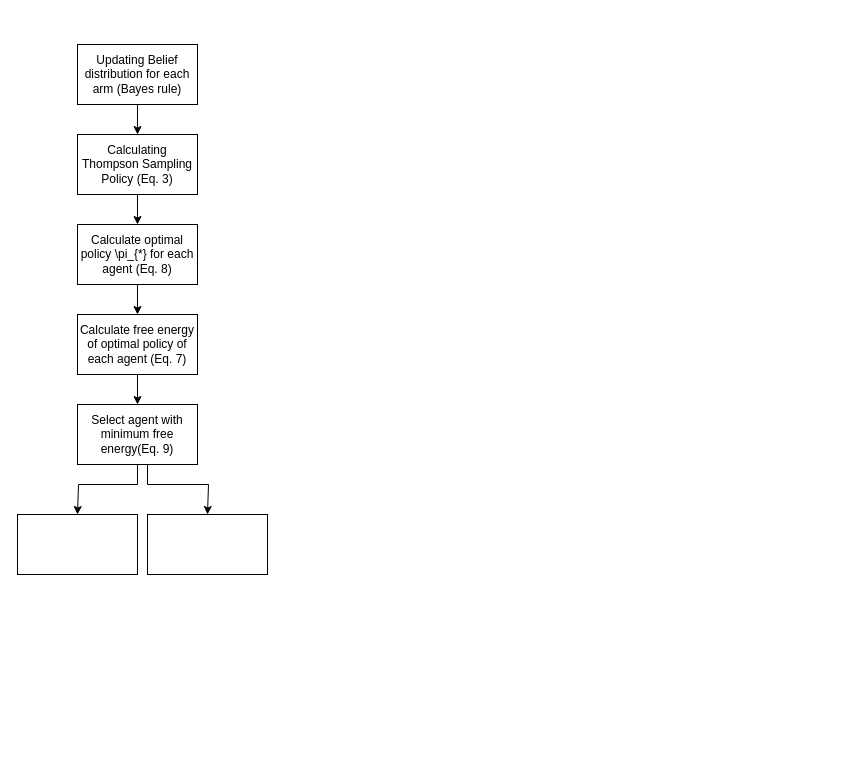
Above: Untitled Diagram.drawio in erfunmirzaei/Social_Bandit (draw.io), before the change. Source tidied: cells renumbered, new cells numbered last; positions are measured from the earlier drawing's top-left corner, leaving out a move shared by most shapes. Both pictures are drawn from the tidied source at 100%, with x=0, y=0 at pixel (17, 44).
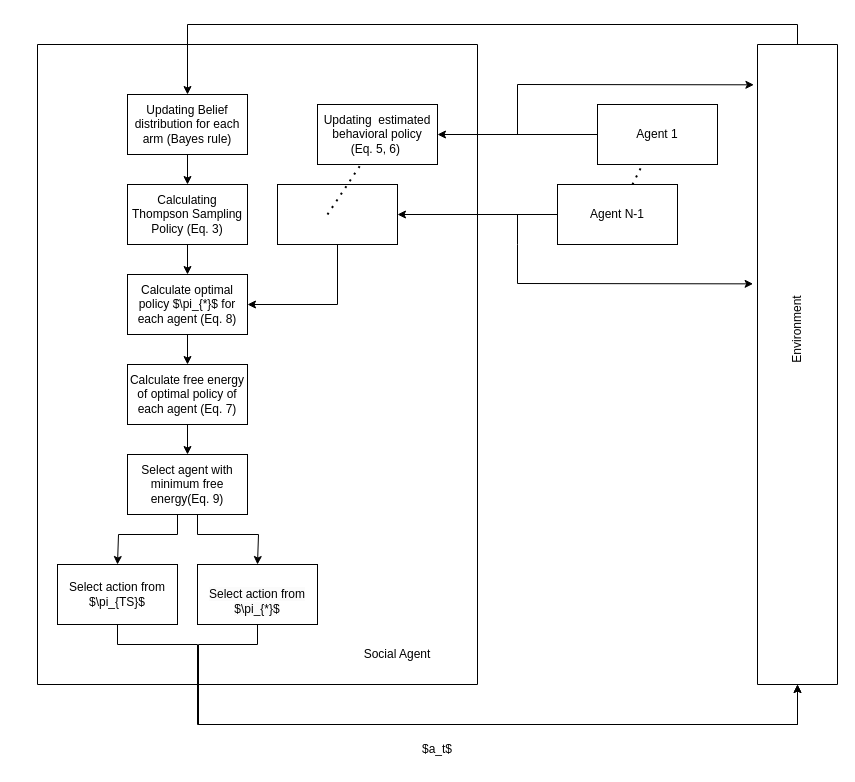
Above is the later version.

Change to the diagram source:
```diff
@@
+    <mxCell id="15" style="swimlane;startSize=0;" parent="1" vertex="1">
+      <mxGeometry x="20" width="440" height="640" as="geometry" />
+    </mxCell>
+    <mxCell id="3" value="Updating Belief distribution for each arm (Bayes rule)" style="rounded=0;whiteSpace=wrap;html=1;" parent="15" vertex="1">
+      <mxGeometry x="90" y="50" width="120" height="60" as="geometry" />
+    </mxCell>
+    <mxCell id="5" value="Calculating Thompson Sampling Policy (Eq. 3)" style="rounded=0;whiteSpace=wrap;html=1;" parent="15" vertex="1">
+      <mxGeometry x="90" y="140" width="120" height="60" as="geometry" />
+    </mxCell>
-    <mxCell id="2" style="edgeStyle=orthogonalEdgeStyle;rounded=0;jettySize=auto;html=1;exitX=0.5;exitY=1;exitDx=0;exitDy=0;entryX=0.5;entryY=0;entryDx=0;entryDy=0;" parent="1" edge="1" source="3" target="5">
+    <mxCell id="2" style="edgeStyle=orthogonalEdgeStyle;rounded=0;jettySize=auto;html=1;exitX=0.5;exitY=1;exitDx=0;exitDy=0;entryX=0.5;entryY=0;entryDx=0;entryDy=0;" parent="15" edge="1" source="3" target="5">
       <mxGeometry relative="1" as="geometry" />
     </mxCell>
-    <mxCell id="3" value="Updating Belief distribution for each arm (Bayes rule)" style="rounded=0;whiteSpace=wrap;html=1;" parent="1" vertex="1">
-      <mxGeometry x="60" width="120" height="60" as="geometry" />
-    </mxCell>
+    <mxCell id="7" value="Calculate optimal policy $\pi_{*}$ for each agent (Eq. 8)" style="rounded=0;whiteSpace=wrap;html=1;" parent="15" vertex="1">
+      <mxGeometry x="90" y="230" width="120" height="60" as="geometry" />
+    </mxCell>
-    <mxCell id="4" style="edgeStyle=orthogonalEdgeStyle;rounded=0;jettySize=auto;html=1;entryX=0.5;entryY=0;entryDx=0;entryDy=0;" parent="1" edge="1" source="5" target="7">
+    <mxCell id="4" style="edgeStyle=orthogonalEdgeStyle;rounded=0;jettySize=auto;html=1;entryX=0.5;entryY=0;entryDx=0;entryDy=0;" parent="15" edge="1" source="5" target="7">
       <mxGeometry relative="1" as="geometry" />
     </mxCell>
-    <mxCell id="5" value="Calculating Thompson Sampling Policy (Eq. 3)" style="rounded=0;whiteSpace=wrap;html=1;" parent="1" vertex="1">
-      <mxGeometry x="60" y="90" width="120" height="60" as="geometry" />
-    </mxCell>
+    <mxCell id="9" value="Calculate free energy of optimal policy of each agent (Eq. 7)" style="rounded=0;whiteSpace=wrap;html=1;" parent="15" vertex="1">
+      <mxGeometry x="90" y="320" width="120" height="60" as="geometry" />
+    </mxCell>
-    <mxCell id="6" style="edgeStyle=orthogonalEdgeStyle;rounded=0;jettySize=auto;html=1;exitX=0.5;exitY=1;exitDx=0;exitDy=0;entryX=0.5;entryY=0;entryDx=0;entryDy=0;" parent="1" edge="1" source="7" target="9">
+    <mxCell id="6" style="edgeStyle=orthogonalEdgeStyle;rounded=0;jettySize=auto;html=1;exitX=0.5;exitY=1;exitDx=0;exitDy=0;entryX=0.5;entryY=0;entryDx=0;entryDy=0;" parent="15" edge="1" source="7" target="9">
       <mxGeometry relative="1" as="geometry" />
     </mxCell>
-    <mxCell id="7" value="Calculate optimal policy \pi_{*} for each agent (Eq. 8)" style="rounded=0;whiteSpace=wrap;html=1;" parent="1" vertex="1">
-      <mxGeometry x="60" y="180" width="120" height="60" as="geometry" />
-    </mxCell>
-    <mxCell id="8" style="edgeStyle=orthogonalEdgeStyle;rounded=0;jettySize=auto;html=1;exitX=0.5;exitY=1;exitDx=0;exitDy=0;entryX=0.5;entryY=0;entryDx=0;entryDy=0;" parent="1" edge="1" source="9" target="12">
-      <mxGeometry relative="1" as="geometry" />
-    </mxCell>
-    <mxCell id="9" value="Calculate free energy of optimal policy of each agent (Eq. 7)" style="rounded=0;whiteSpace=wrap;html=1;" parent="1" vertex="1">
-      <mxGeometry x="60" y="270" width="120" height="60" as="geometry" />
-    </mxCell>
-    <mxCell id="10" style="edgeStyle=orthogonalEdgeStyle;rounded=0;jettySize=auto;html=1;" parent="1" edge="1" source="12">
+    <mxCell id="10" style="edgeStyle=orthogonalEdgeStyle;rounded=0;orthogonalLoop=1;jettySize=auto;html=1;" parent="15" edge="1">
       <mxGeometry relative="1" as="geometry">
-        <mxPoint x="60" y="470" as="targetPoint" />
+        <mxPoint x="140" y="470" as="sourcePoint" />
+        <mxPoint x="80" y="520" as="targetPoint" />
         <Array as="points">
-          <mxPoint x="120" y="440" />
-          <mxPoint x="61" y="440" />
+          <mxPoint x="140" y="490" />
+          <mxPoint x="81" y="490" />
         </Array>
       </mxGeometry>
     </mxCell>
-    <mxCell id="11" style="edgeStyle=orthogonalEdgeStyle;rounded=0;orthogonalLoop=1;jettySize=auto;html=1;exitX=0.5;exitY=1;exitDx=0;exitDy=0;" parent="1" edge="1">
+    <mxCell id="11" style="edgeStyle=orthogonalEdgeStyle;rounded=0;orthogonalLoop=1;jettySize=auto;html=1;exitX=0.5;exitY=1;exitDx=0;exitDy=0;" parent="15" edge="1">
       <mxGeometry relative="1" as="geometry">
-        <mxPoint x="130" y="420" as="sourcePoint" />
-        <mxPoint x="190" y="470" as="targetPoint" />
+        <mxPoint x="160" y="470" as="sourcePoint" />
+        <mxPoint x="220" y="520" as="targetPoint" />
         <Array as="points">
-          <mxPoint x="130" y="440" />
-          <mxPoint x="191" y="440" />
+          <mxPoint x="160" y="490" />
+          <mxPoint x="221" y="490" />
         </Array>
       </mxGeometry>
     </mxCell>
-    <mxCell id="12" value="Select agent with minimum free energy(Eq. 9)" style="rounded=0;whiteSpace=wrap;html=1;" parent="1" vertex="1">
-      <mxGeometry x="60" y="360" width="120" height="60" as="geometry" />
+    <mxCell id="12" value="Select agent with minimum free energy(Eq. 9)" style="rounded=0;whiteSpace=wrap;html=1;" parent="15" vertex="1">
+      <mxGeometry x="90" y="410" width="120" height="60" as="geometry" />
     </mxCell>
+    <mxCell id="8" style="edgeStyle=orthogonalEdgeStyle;rounded=0;jettySize=auto;html=1;exitX=0.5;exitY=1;exitDx=0;exitDy=0;entryX=0.5;entryY=0;entryDx=0;entryDy=0;" parent="15" edge="1" source="9" target="12">
+      <mxGeometry relative="1" as="geometry" />
+    </mxCell>
-    <mxCell id="13" style="rounded=0;whiteSpace=wrap;html=1;" parent="1" vertex="1">
-      <mxGeometry y="470" width="120" height="60" as="geometry" />
+    <mxCell id="13" value="Select action from $\pi_{TS}$" style="rounded=0;whiteSpace=wrap;html=1;" parent="15" vertex="1">
+      <mxGeometry x="20" y="520" width="120" height="60" as="geometry" />
     </mxCell>
-    <mxCell id="14" style="rounded=0;whiteSpace=wrap;html=1;" parent="1" vertex="1">
-      <mxGeometry x="130" y="470" width="120" height="60" as="geometry" />
+    <mxCell id="14" value="&lt;br&gt;&lt;span style=&quot;color: rgb(0, 0, 0); font-family: Helvetica; font-size: 12px; font-style: normal; font-variant-ligatures: normal; font-variant-caps: normal; font-weight: 400; letter-spacing: normal; orphans: 2; text-align: center; text-indent: 0px; text-transform: none; widows: 2; word-spacing: 0px; -webkit-text-stroke-width: 0px; background-color: rgb(251, 251, 251); text-decoration-thickness: initial; text-decoration-style: initial; text-decoration-color: initial; float: none; display: inline !important;&quot;&gt;Select action from $\pi_{*}$&lt;/span&gt;" style="rounded=0;whiteSpace=wrap;html=1;" parent="15" vertex="1">
+      <mxGeometry x="160" y="520" width="120" height="60" as="geometry" />
     </mxCell>
+    <mxCell id="16" style="edgeStyle=orthogonalEdgeStyle;rounded=0;jettySize=auto;html=1;entryX=1;entryY=0.5;entryDx=0;entryDy=0;exitX=0.5;exitY=1;exitDx=0;exitDy=0;" parent="15" edge="1" target="7">
+      <mxGeometry relative="1" as="geometry">
+        <mxPoint x="300" y="200" as="sourcePoint" />
+        <Array as="points">
+          <mxPoint x="300" y="260" />
+        </Array>
+      </mxGeometry>
+    </mxCell>
+    <mxCell id="17" style="rounded=0;whiteSpace=wrap;html=1;" parent="15" vertex="1">
+      <mxGeometry x="240" y="140" width="120" height="60" as="geometry" />
+    </mxCell>
+    <mxCell id="18" style="endArrow=none;dashed=1;html=1;dashPattern=1 3;strokeWidth=2;rounded=0;" parent="15" edge="1">
+      <mxGeometry relative="1" as="geometry">
+        <mxPoint x="290" y="170" as="sourcePoint" />
+        <mxPoint x="330" y="110" as="targetPoint" />
+      </mxGeometry>
+    </mxCell>
+    <mxCell id="19" value="Updating&amp;nbsp; estimated behavioral policy&lt;br&gt;(Eq. 5, 6)&amp;nbsp;" style="rounded=0;whiteSpace=wrap;html=1;" parent="15" vertex="1">
+      <mxGeometry x="280" y="60" width="120" height="60" as="geometry" />
+    </mxCell>
+    <mxCell id="20" value="Social Agent" style="text;strokeColor=none;align=center;fillColor=none;html=1;verticalAlign=middle;whiteSpace=wrap;rounded=0;" parent="15" vertex="1">
+      <mxGeometry x="290" y="590" width="140" height="40" as="geometry" />
+    </mxCell>
+    <mxCell id="21" style="edgeStyle=orthogonalEdgeStyle;rounded=0;jettySize=auto;html=1;exitX=0;exitY=0.5;exitDx=0;exitDy=0;entryX=1;entryY=0.5;entryDx=0;entryDy=0;" parent="1" edge="1" source="22" target="17">
+      <mxGeometry relative="1" as="geometry" />
+    </mxCell>
+    <mxCell id="22" value="Agent N-1" style="rounded=0;whiteSpace=wrap;html=1;" parent="1" vertex="1">
+      <mxGeometry x="540" y="140" width="120" height="60" as="geometry" />
+    </mxCell>
+    <mxCell id="23" style="endArrow=none;dashed=1;html=1;dashPattern=1 3;strokeWidth=2;rounded=0;" parent="1" edge="1" source="22" target="25">
+      <mxGeometry relative="1" as="geometry" />
+    </mxCell>
+    <mxCell id="24" style="edgeStyle=orthogonalEdgeStyle;rounded=0;jettySize=auto;html=1;entryX=1;entryY=0.5;entryDx=0;entryDy=0;" parent="1" edge="1" source="25" target="19">
+      <mxGeometry relative="1" as="geometry" />
+    </mxCell>
+    <mxCell id="25" value="Agent 1" style="rounded=0;whiteSpace=wrap;html=1;" parent="1" vertex="1">
+      <mxGeometry x="580" y="60" width="120" height="60" as="geometry" />
+    </mxCell>
+    <mxCell id="26" style="edgeStyle=orthogonalEdgeStyle;rounded=0;jettySize=auto;html=1;exitX=0.5;exitY=0;exitDx=0;exitDy=0;entryX=0.5;entryY=0;entryDx=0;entryDy=0;" parent="1" edge="1" source="27" target="3">
+      <mxGeometry relative="1" as="geometry" />
+    </mxCell>
+    <mxCell id="27" style="swimlane;startSize=0;" parent="1" vertex="1">
+      <mxGeometry x="740" width="80" height="640" as="geometry" />
+    </mxCell>
+    <mxCell id="28" value="Environment" style="text;strokeColor=none;align=center;fillColor=none;html=1;verticalAlign=middle;whiteSpace=wrap;rounded=0;rotation=270;" parent="27" vertex="1">
+      <mxGeometry x="10" y="270" width="60" height="30" as="geometry" />
+    </mxCell>
+    <mxCell id="29" style="edgeStyle=orthogonalEdgeStyle;rounded=0;jettySize=auto;html=1;exitX=0.5;exitY=1;exitDx=0;exitDy=0;entryX=0.5;entryY=1;entryDx=0;entryDy=0;" parent="1" edge="1" source="14" target="27">
+      <mxGeometry relative="1" as="geometry">
+        <Array as="points">
+          <mxPoint x="240" y="600" />
+          <mxPoint x="181" y="600" />
+          <mxPoint x="181" y="680" />
+          <mxPoint x="780" y="680" />
+        </Array>
+      </mxGeometry>
+    </mxCell>
+    <mxCell id="30" style="edgeStyle=orthogonalEdgeStyle;rounded=0;jettySize=auto;html=1;entryX=0.5;entryY=1;entryDx=0;entryDy=0;" parent="1" edge="1" source="13" target="27">
+      <mxGeometry relative="1" as="geometry">
+        <Array as="points">
+          <mxPoint x="100" y="600" />
+          <mxPoint x="180" y="600" />
+          <mxPoint x="180" y="680" />
+          <mxPoint x="780" y="680" />
+        </Array>
+      </mxGeometry>
+    </mxCell>
+    <mxCell id="31" style="endArrow=classic;html=1;rounded=0;entryX=-0.045;entryY=0.063;entryDx=0;entryDy=0;entryPerimeter=0;" parent="1" edge="1" target="27">
+      <mxGeometry relative="1" as="geometry">
+        <mxPoint x="560" y="90" as="sourcePoint" />
+        <Array as="points">
+          <mxPoint x="500" y="90" />
+          <mxPoint x="500" y="40" />
+        </Array>
+      </mxGeometry>
+    </mxCell>
+    <mxCell id="32" style="endArrow=classic;html=1;rounded=0;exitX=0;exitY=0.5;exitDx=0;exitDy=0;entryX=-0.055;entryY=0.374;entryDx=0;entryDy=0;entryPerimeter=0;" parent="1" edge="1" source="22" target="27">
+      <mxGeometry relative="1" as="geometry">
+        <Array as="points">
+          <mxPoint x="500" y="170" />
+          <mxPoint x="500" y="200" />
+          <mxPoint x="500" y="239" />
+        </Array>
+      </mxGeometry>
+    </mxCell>
+    <mxCell id="33" value="$a_t$" style="text;strokeColor=none;align=center;fillColor=none;html=1;verticalAlign=middle;whiteSpace=wrap;rounded=0;" parent="1" vertex="1">
+      <mxGeometry x="390" y="690" width="60" height="30" as="geometry" />
+    </mxCell>
```
